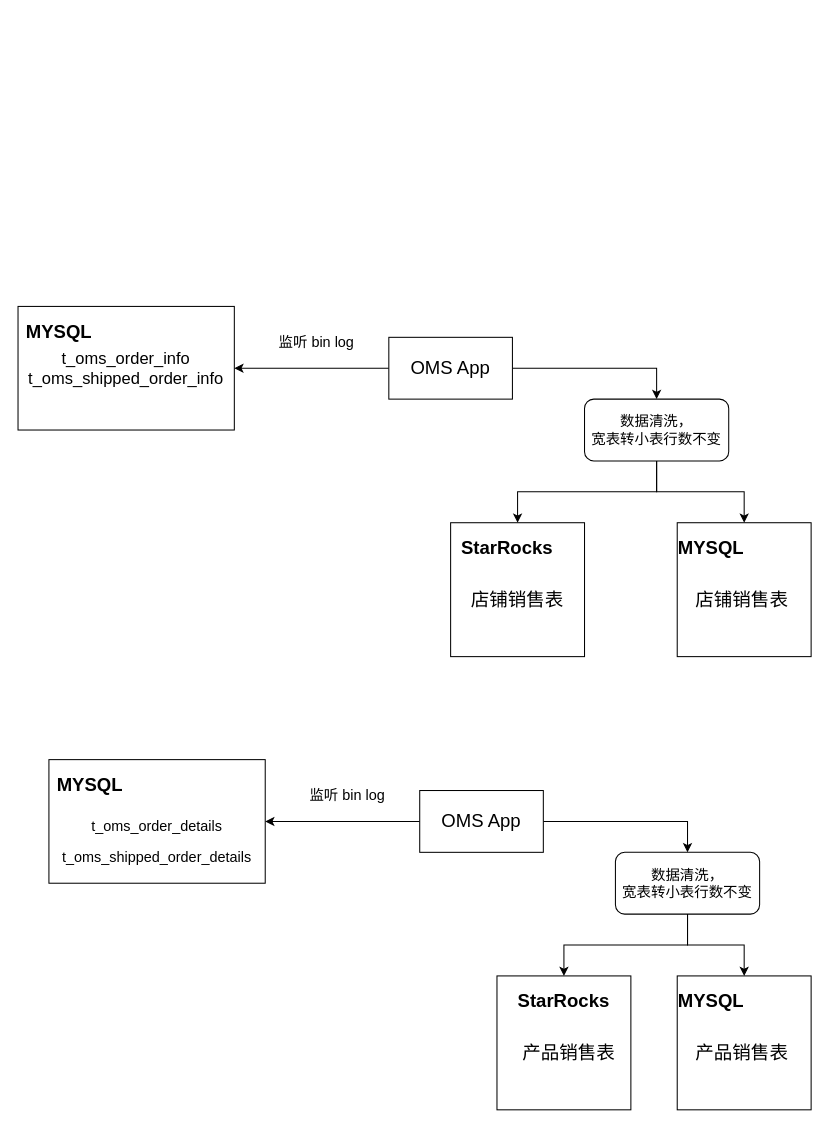
The draw.io diagram longpean/oms-5.1.5.drawio in GitHeP/diagrams, before the edit. Source tidied: cells renumbered, new cells numbered last; positions are measured from the earlier drawing's top-left corner, leaving out a move shared by most shapes. Both pictures are drawn from the tidied source at 103%, with x=0, y=0 at pixel (18, 306).
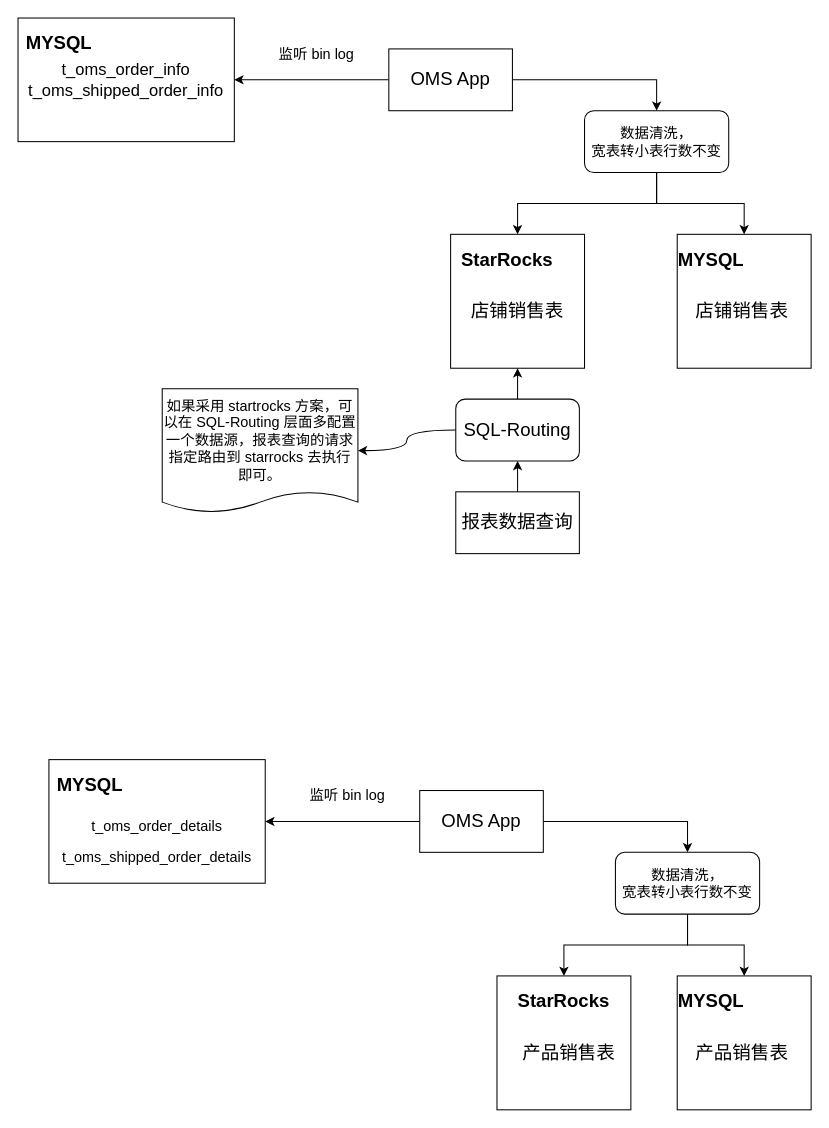
The same page after the edit.

The edit, as a diff of the source:
```diff
@@
     <mxCell id="2" value="&lt;font style=&quot;font-size: 16px;&quot;&gt;t_oms_order_info&lt;br style=&quot;border-color: var(--border-color);&quot;&gt;t_oms_shipped_order_info&lt;/font&gt;" style="rounded=0;whiteSpace=wrap;html=1;" parent="1" vertex="1">
-      <mxGeometry width="210" height="120" as="geometry" />
+      <mxGeometry y="-280" width="210" height="120" as="geometry" />
     </mxCell>
     <mxCell id="3" style="whiteSpace=wrap;html=1;" parent="1" vertex="1">
-      <mxGeometry x="640" y="210" width="130" height="130" as="geometry" />
+      <mxGeometry x="640" y="-70" width="130" height="130" as="geometry" />
     </mxCell>
@@
     <mxCell id="6" value="&lt;font style=&quot;font-size: 18px;&quot;&gt;OMS App&lt;/font&gt;" style="rounded=0;whiteSpace=wrap;html=1;" parent="1" vertex="1">
-      <mxGeometry x="360" y="30" width="120" height="60" as="geometry" />
+      <mxGeometry x="360" y="-250" width="120" height="60" as="geometry" />
     </mxCell>
     <mxCell id="7" value="&lt;b&gt;&lt;font style=&quot;font-size: 18px;&quot;&gt;MYSQL&lt;/font&gt;&lt;/b&gt;" style="text;html=1;strokeColor=none;fillColor=none;align=center;verticalAlign=middle;whiteSpace=wrap;rounded=0;" parent="1" vertex="1">
-      <mxGeometry x="10" y="10" width="60" height="30" as="geometry" />
+      <mxGeometry x="10" y="-270" width="60" height="30" as="geometry" />
     </mxCell>
     <mxCell id="8" value="&lt;font style=&quot;font-size: 14px;&quot;&gt;监听 bin log&lt;/font&gt;" style="text;html=1;strokeColor=none;fillColor=none;align=center;verticalAlign=middle;whiteSpace=wrap;rounded=0;" parent="1" vertex="1">
-      <mxGeometry x="250" y="20" width="80" height="30" as="geometry" />
+      <mxGeometry x="250" y="-260" width="80" height="30" as="geometry" />
     </mxCell>
@@
     <mxCell id="11" value="&lt;font style=&quot;font-size: 14px;&quot;&gt;数据清洗，&lt;br&gt;宽表转小表行数不变&lt;br&gt;&lt;/font&gt;" style="rounded=1;whiteSpace=wrap;html=1;" parent="1" vertex="1">
-      <mxGeometry x="550" y="90" width="140" height="60" as="geometry" />
+      <mxGeometry x="550" y="-190" width="140" height="60" as="geometry" />
     </mxCell>
     <mxCell id="12" value="&lt;b&gt;&lt;font style=&quot;font-size: 18px;&quot;&gt;MYSQL&lt;/font&gt;&lt;/b&gt;" style="text;html=1;strokeColor=none;fillColor=none;align=center;verticalAlign=middle;whiteSpace=wrap;rounded=0;" parent="1" vertex="1">
-      <mxGeometry x="642.5" y="220" width="60" height="30" as="geometry" />
+      <mxGeometry x="642.5" y="-60" width="60" height="30" as="geometry" />
     </mxCell>
     <mxCell id="13" value="&lt;font style=&quot;font-size: 18px;&quot;&gt;店铺销售表&lt;/font&gt;" style="text;html=1;strokeColor=none;fillColor=none;align=center;verticalAlign=middle;whiteSpace=wrap;rounded=0;" parent="1" vertex="1">
-      <mxGeometry x="647.5" y="270" width="110" height="30" as="geometry" />
+      <mxGeometry x="647.5" y="-10" width="110" height="30" as="geometry" />
     </mxCell>
@@
     <mxCell id="28" style="whiteSpace=wrap;html=1;" parent="1" vertex="1">
-      <mxGeometry x="420" y="210" width="130" height="130" as="geometry" />
+      <mxGeometry x="420" y="-70" width="130" height="130" as="geometry" />
     </mxCell>
     <mxCell id="29" value="&lt;b&gt;&lt;font style=&quot;font-size: 18px;&quot;&gt;StarRocks&lt;/font&gt;&lt;/b&gt;" style="text;html=1;strokeColor=none;fillColor=none;align=center;verticalAlign=middle;whiteSpace=wrap;rounded=0;" parent="1" vertex="1">
-      <mxGeometry x="425" y="220" width="100" height="30" as="geometry" />
+      <mxGeometry x="425" y="-60" width="100" height="30" as="geometry" />
     </mxCell>
     <mxCell id="30" value="&lt;font style=&quot;font-size: 18px;&quot;&gt;店铺销售表&lt;/font&gt;" style="text;html=1;strokeColor=none;fillColor=none;align=center;verticalAlign=middle;whiteSpace=wrap;rounded=0;" parent="1" vertex="1">
-      <mxGeometry x="430" y="270" width="110" height="30" as="geometry" />
+      <mxGeometry x="430" y="-10" width="110" height="30" as="geometry" />
     </mxCell>
@@
+    <mxCell id="34" style="edgeStyle=orthogonalEdgeStyle;rounded=0;jettySize=auto;html=1;entryX=0.5;entryY=1;entryDx=0;entryDy=0;" parent="1" edge="1" source="36" target="28">
+      <mxGeometry relative="1" as="geometry" />
+    </mxCell>
+    <mxCell id="35" style="edgeStyle=orthogonalEdgeStyle;jettySize=auto;html=1;curved=1;" parent="1" edge="1" source="36" target="39">
+      <mxGeometry relative="1" as="geometry" />
+    </mxCell>
+    <mxCell id="36" value="&lt;font style=&quot;font-size: 18px;&quot;&gt;SQL-Routing&lt;/font&gt;" style="rounded=1;whiteSpace=wrap;html=1;" parent="1" vertex="1">
+      <mxGeometry x="425" y="90" width="120" height="60" as="geometry" />
+    </mxCell>
+    <mxCell id="37" style="edgeStyle=orthogonalEdgeStyle;rounded=0;jettySize=auto;html=1;entryX=0.5;entryY=1;entryDx=0;entryDy=0;" parent="1" edge="1" source="38" target="36">
+      <mxGeometry relative="1" as="geometry" />
+    </mxCell>
+    <mxCell id="38" value="&lt;font style=&quot;font-size: 18px;&quot;&gt;报表数据查询&lt;/font&gt;" style="rounded=0;whiteSpace=wrap;html=1;" parent="1" vertex="1">
+      <mxGeometry x="425" y="180" width="120" height="60" as="geometry" />
+    </mxCell>
+    <mxCell id="39" value="&lt;font style=&quot;font-size: 14px;&quot;&gt;如果采用 startrocks 方案，可以在 SQL-Routing 层面多配置一个数据源，报表查询的请求指定路由到 starrocks 去执行即可。&lt;/font&gt;" style="shape=document;whiteSpace=wrap;html=1;boundedLbl=1;rounded=1;size=0.16666666666666666;" parent="1" vertex="1">
+      <mxGeometry x="140" y="80" width="190" height="120" as="geometry" />
+    </mxCell>
```
